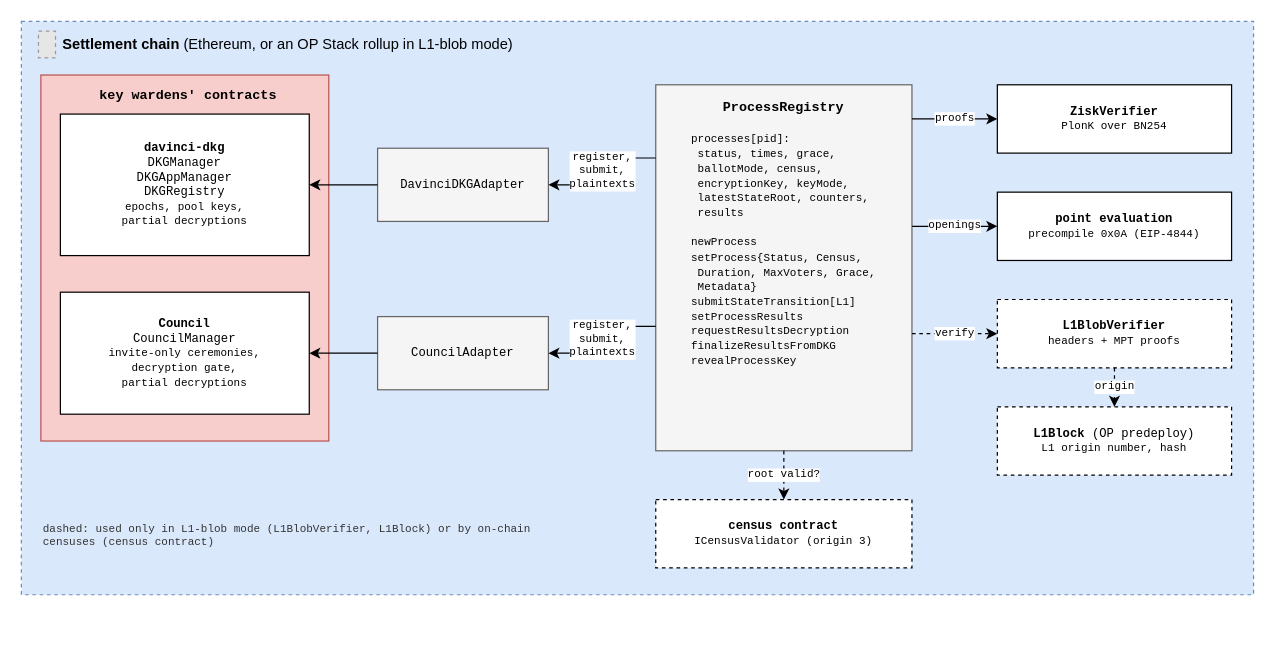
The draw.io diagram v2/figures/smart-contracts.drawio in vocdoni/davinci-paper, before the edit. Source tidied: cells renumbered, new cells numbered last; positions are measured from the earlier drawing's top-left corner, leaving out a move shared by most shapes. Both pictures are drawn from the tidied source at 122%, with x=0, y=0 at pixel (21, 21). Pictures stored in the file or linked from it are replaced by grey dashed boxes.
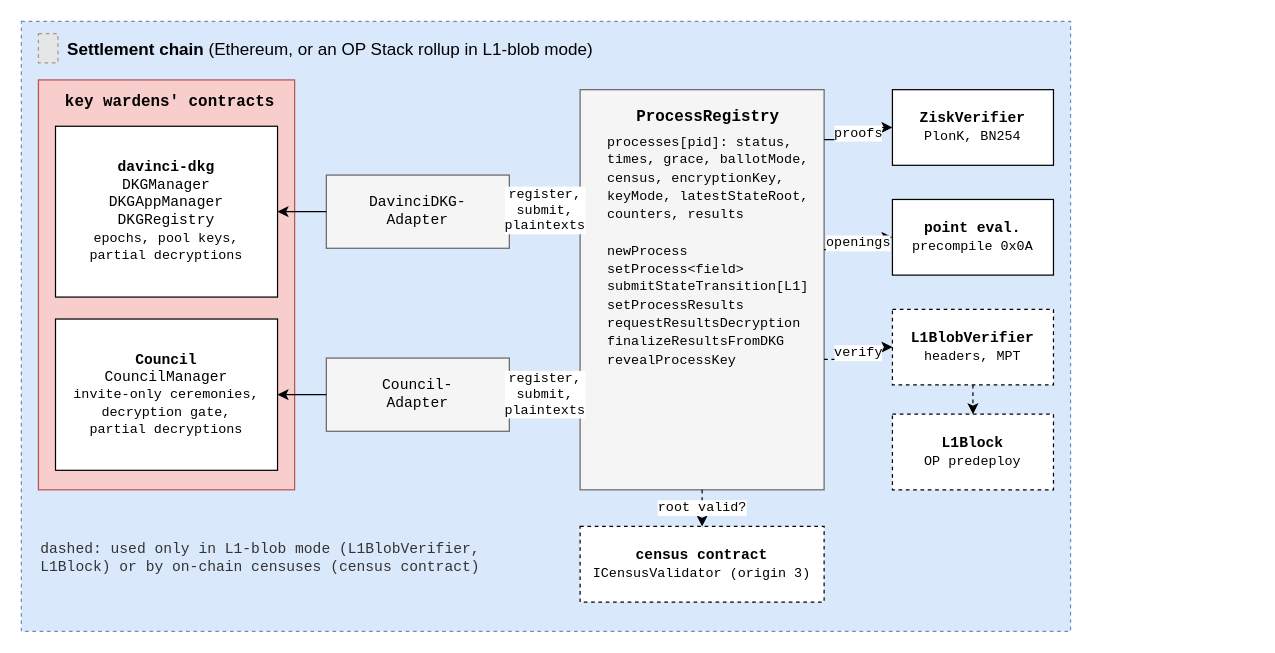
Above is the later version.

Diff of the diagram source:
```diff
@@
     <mxCell id="2" style="rounded=0;whiteSpace=wrap;html=1;fontSize=11;fillColor=#dae8fc;strokeColor=#6c8ebf;fontFamily=Courier New;verticalAlign=top;align=center;spacingTop=4;spacingLeft=6;fontStyle=1;dashed=1;" parent="1" vertex="1">
-      <mxGeometry width="1010" height="470" as="geometry" />
+      <mxGeometry width="860" height="500" as="geometry" />
     </mxCell>
     <mxCell id="3" style="fillColor=#E6E6E6;strokeColor=#999999;dashed=1;html=1;verticalLabelPosition=bottom;verticalAlign=top;labelBackgroundColor=none;fontSize=11;fontFamily=Courier New;" parent="1" vertex="1">
-      <mxGeometry x="14" y="8" width="14" height="22" as="geometry" />
+      <mxGeometry x="14" y="10" width="16" height="24" as="geometry" />
     </mxCell>
-    <mxCell id="4" value="&lt;b&gt;Settlement chain&lt;/b&gt; (Ethereum, or an OP Stack rollup in L1-blob mode)" style="text;html=1;whiteSpace=wrap;fontSize=12;align=left;verticalAlign=middle;fontColor=#000000;" parent="1" vertex="1">
-      <mxGeometry x="32" y="8" width="500" height="22" as="geometry" />
+    <mxCell id="4" value="&lt;b&gt;Settlement chain&lt;/b&gt; (Ethereum, or an OP Stack rollup in L1-blob mode)" style="text;html=1;whiteSpace=wrap;fontSize=14;align=left;verticalAlign=middle;fontColor=#000000;" parent="1" vertex="1">
+      <mxGeometry x="36" y="10" width="640" height="26" as="geometry" />
     </mxCell>
-    <mxCell id="5" value="key wardens' contracts" style="rounded=0;whiteSpace=wrap;html=1;fontSize=11;fillColor=#f8cecc;strokeColor=#b85450;fontFamily=Courier New;verticalAlign=top;align=center;spacingTop=4;spacingLeft=6;fontStyle=1;" parent="1" vertex="1">
-      <mxGeometry x="16" y="44" width="236" height="300" as="geometry" />
+    <mxCell id="5" value="key wardens' contracts" style="rounded=0;whiteSpace=wrap;html=1;fontSize=13;fillColor=#f8cecc;strokeColor=#b85450;fontFamily=Courier New;verticalAlign=top;align=center;spacingTop=4;spacingLeft=6;fontStyle=1;" parent="1" vertex="1">
+      <mxGeometry x="14" y="48" width="210" height="336" as="geometry" />
     </mxCell>
-    <mxCell id="6" value="&lt;b&gt;davinci-dkg&lt;/b&gt;&lt;br&gt;DKGManager&lt;br&gt;DKGAppManager&lt;br&gt;DKGRegistry&lt;br&gt;&lt;font style='font-size:9px'&gt;epochs, pool keys,&lt;br&gt;partial decryptions&lt;/font&gt;" style="rounded=0;whiteSpace=wrap;html=1;fontSize=10;fillColor=#ffffff;strokeColor=#000000;fontFamily=Courier New;align=center;verticalAlign=middle;" parent="1" vertex="1">
-      <mxGeometry x="32" y="76" width="204" height="116" as="geometry" />
+    <mxCell id="6" value="&lt;b&gt;davinci-dkg&lt;/b&gt;&lt;br&gt;DKGManager&lt;br&gt;DKGAppManager&lt;br&gt;DKGRegistry&lt;br&gt;&lt;font style='font-size:11px'&gt;epochs, pool keys,&lt;br&gt;partial decryptions&lt;/font&gt;" style="rounded=0;whiteSpace=wrap;html=1;fontSize=12;fillColor=#ffffff;strokeColor=#000000;fontFamily=Courier New;align=center;verticalAlign=middle;" parent="1" vertex="1">
+      <mxGeometry x="28" y="86" width="182" height="140" as="geometry" />
     </mxCell>
-    <mxCell id="7" value="&lt;b&gt;Council&lt;/b&gt;&lt;br&gt;CouncilManager&lt;br&gt;&lt;font style='font-size:9px'&gt;invite-only ceremonies,&lt;br&gt;decryption gate,&lt;br&gt;partial decryptions&lt;/font&gt;" style="rounded=0;whiteSpace=wrap;html=1;fontSize=10;fillColor=#ffffff;strokeColor=#000000;fontFamily=Courier New;align=center;verticalAlign=middle;" parent="1" vertex="1">
-      <mxGeometry x="32" y="222" width="204" height="100" as="geometry" />
+    <mxCell id="7" value="&lt;b&gt;Council&lt;/b&gt;&lt;br&gt;CouncilManager&lt;br&gt;&lt;font style='font-size:11px'&gt;invite-only ceremonies,&lt;br&gt;decryption gate,&lt;br&gt;partial decryptions&lt;/font&gt;" style="rounded=0;whiteSpace=wrap;html=1;fontSize=12;fillColor=#ffffff;strokeColor=#000000;fontFamily=Courier New;align=center;verticalAlign=middle;" parent="1" vertex="1">
+      <mxGeometry x="28" y="244" width="182" height="124" as="geometry" />
     </mxCell>
-    <mxCell id="8" value="DavinciDKGAdapter" style="rounded=0;whiteSpace=wrap;html=1;fontSize=10;fillColor=#f5f5f5;strokeColor=#666666;fontFamily=Courier New;align=center;verticalAlign=middle;" parent="1" vertex="1">
-      <mxGeometry x="292" y="104" width="140" height="60" as="geometry" />
+    <mxCell id="8" value="DavinciDKG-&lt;br&gt;Adapter" style="rounded=0;whiteSpace=wrap;html=1;fontSize=12;fillColor=#f5f5f5;strokeColor=#666666;fontFamily=Courier New;align=center;verticalAlign=middle;" parent="1" vertex="1">
+      <mxGeometry x="250" y="126" width="150" height="60" as="geometry" />
     </mxCell>
-    <mxCell id="9" value="CouncilAdapter" style="rounded=0;whiteSpace=wrap;html=1;fontSize=10;fillColor=#f5f5f5;strokeColor=#666666;fontFamily=Courier New;align=center;verticalAlign=middle;" parent="1" vertex="1">
-      <mxGeometry x="292" y="242" width="140" height="60" as="geometry" />
+    <mxCell id="9" value="Council-&lt;br&gt;Adapter" style="rounded=0;whiteSpace=wrap;html=1;fontSize=12;fillColor=#f5f5f5;strokeColor=#666666;fontFamily=Courier New;align=center;verticalAlign=middle;" parent="1" vertex="1">
+      <mxGeometry x="250" y="276" width="150" height="60" as="geometry" />
     </mxCell>
-    <mxCell id="10" value="&lt;b&gt;ProcessRegistry&lt;/b&gt;&lt;br&gt;&lt;br&gt;&lt;div style='text-align:left;font-size:9px;line-height:1.35'&gt;processes[pid]:&lt;br&gt;&amp;nbsp;status, times, grace,&lt;br&gt;&amp;nbsp;ballotMode, census,&lt;br&gt;&amp;nbsp;encryptionKey, keyMode,&lt;br&gt;&amp;nbsp;latestStateRoot, counters,&lt;br&gt;&amp;nbsp;results&lt;br&gt;&lt;br&gt;newProcess&lt;br&gt;setProcess{Status, Census,&lt;br&gt;&amp;nbsp;Duration, MaxVoters, Grace,&lt;br&gt;&amp;nbsp;Metadata}&lt;br&gt;submitStateTransition[L1]&lt;br&gt;setProcessResults&lt;br&gt;requestResultsDecryption&lt;br&gt;finalizeResultsFromDKG&lt;br&gt;revealProcessKey&lt;/div&gt;" style="rounded=0;whiteSpace=wrap;html=1;fontSize=11;fillColor=#f5f5f5;strokeColor=#666666;fontFamily=Courier New;align=center;verticalAlign=top;spacingTop=6;" parent="1" vertex="1">
-      <mxGeometry x="520" y="52" width="210" height="300" as="geometry" />
+    <mxCell id="10" value="&lt;b&gt;ProcessRegistry&lt;/b&gt;&lt;div style='text-align:left;font-size:11px;line-height:1.35;margin-top:6px'&gt;processes[pid]: status,&lt;br&gt;times, grace, ballotMode,&lt;br&gt;census, encryptionKey,&lt;br&gt;keyMode, latestStateRoot,&lt;br&gt;counters, results&lt;br&gt;&lt;br&gt;newProcess&lt;br&gt;setProcess&amp;lt;field&amp;gt;&lt;br&gt;submitStateTransition[L1]&lt;br&gt;setProcessResults&lt;br&gt;requestResultsDecryption&lt;br&gt;finalizeResultsFromDKG&lt;br&gt;revealProcessKey&lt;/div&gt;" style="rounded=0;whiteSpace=wrap;html=1;fontSize=13;fillColor=#f5f5f5;strokeColor=#666666;fontFamily=Courier New;align=center;verticalAlign=top;spacingTop=8;spacingLeft=10;" parent="1" vertex="1">
+      <mxGeometry x="458" y="56" width="200" height="328" as="geometry" />
     </mxCell>
-    <mxCell id="11" value="&lt;b&gt;ZiskVerifier&lt;/b&gt;&lt;br&gt;&lt;font style='font-size:9px'&gt;PlonK over BN254&lt;/font&gt;" style="rounded=0;whiteSpace=wrap;html=1;fontSize=10;fillColor=#ffffff;strokeColor=#000000;fontFamily=Courier New;align=center;verticalAlign=middle;" parent="1" vertex="1">
-      <mxGeometry x="800" y="52" width="192" height="56" as="geometry" />
+    <mxCell id="11" value="&lt;b&gt;ZiskVerifier&lt;/b&gt;&lt;br&gt;&lt;font style='font-size:11px'&gt;PlonK, BN254&lt;/font&gt;" style="rounded=0;whiteSpace=wrap;html=1;fontSize=12;fillColor=#ffffff;strokeColor=#000000;fontFamily=Courier New;align=center;verticalAlign=middle;" parent="1" vertex="1">
+      <mxGeometry x="714" y="56" width="132" height="62" as="geometry" />
     </mxCell>
-    <mxCell id="12" value="&lt;b&gt;point evaluation&lt;/b&gt;&lt;br&gt;&lt;font style='font-size:9px'&gt;precompile 0x0A (EIP-4844)&lt;/font&gt;" style="rounded=0;whiteSpace=wrap;html=1;fontSize=10;fillColor=#ffffff;strokeColor=#000000;fontFamily=Courier New;align=center;verticalAlign=middle;" parent="1" vertex="1">
-      <mxGeometry x="800" y="140" width="192" height="56" as="geometry" />
+    <mxCell id="12" value="&lt;b&gt;point eval.&lt;/b&gt;&lt;br&gt;&lt;font style='font-size:11px'&gt;precompile 0x0A&lt;/font&gt;" style="rounded=0;whiteSpace=wrap;html=1;fontSize=12;fillColor=#ffffff;strokeColor=#000000;fontFamily=Courier New;align=center;verticalAlign=middle;" parent="1" vertex="1">
+      <mxGeometry x="714" y="146" width="132" height="62" as="geometry" />
     </mxCell>
-    <mxCell id="13" value="&lt;b&gt;L1BlobVerifier&lt;/b&gt;&lt;br&gt;&lt;font style='font-size:9px'&gt;headers + MPT proofs&lt;/font&gt;" style="rounded=0;whiteSpace=wrap;html=1;fontSize=10;fillColor=#ffffff;strokeColor=#000000;fontFamily=Courier New;align=center;verticalAlign=middle;dashed=1;" parent="1" vertex="1">
-      <mxGeometry x="800" y="228" width="192" height="56" as="geometry" />
+    <mxCell id="13" value="&lt;b&gt;L1BlobVerifier&lt;/b&gt;&lt;br&gt;&lt;font style='font-size:11px'&gt;headers, MPT&lt;/font&gt;" style="rounded=0;whiteSpace=wrap;html=1;fontSize=12;fillColor=#ffffff;strokeColor=#000000;fontFamily=Courier New;align=center;verticalAlign=middle;dashed=1;" parent="1" vertex="1">
+      <mxGeometry x="714" y="236" width="132" height="62" as="geometry" />
     </mxCell>
-    <mxCell id="14" value="&lt;b&gt;L1Block&lt;/b&gt; (OP predeploy)&lt;br&gt;&lt;font style='font-size:9px'&gt;L1 origin number, hash&lt;/font&gt;" style="rounded=0;whiteSpace=wrap;html=1;fontSize=10;fillColor=#ffffff;strokeColor=#000000;fontFamily=Courier New;align=center;verticalAlign=middle;dashed=1;" parent="1" vertex="1">
-      <mxGeometry x="800" y="316" width="192" height="56" as="geometry" />
+    <mxCell id="14" value="&lt;b&gt;L1Block&lt;/b&gt;&lt;br&gt;&lt;font style='font-size:11px'&gt;OP predeploy&lt;/font&gt;" style="rounded=0;whiteSpace=wrap;html=1;fontSize=12;fillColor=#ffffff;strokeColor=#000000;fontFamily=Courier New;align=center;verticalAlign=middle;dashed=1;" parent="1" vertex="1">
+      <mxGeometry x="714" y="322" width="132" height="62" as="geometry" />
     </mxCell>
-    <mxCell id="15" value="&lt;b&gt;census contract&lt;/b&gt;&lt;br&gt;&lt;font style='font-size:9px'&gt;ICensusValidator (origin 3)&lt;/font&gt;" style="rounded=0;whiteSpace=wrap;html=1;fontSize=10;fillColor=#ffffff;strokeColor=#000000;fontFamily=Courier New;align=center;verticalAlign=middle;dashed=1;" parent="1" vertex="1">
-      <mxGeometry x="520" y="392" width="210" height="56" as="geometry" />
+    <mxCell id="15" value="&lt;b&gt;census contract&lt;/b&gt;&lt;br&gt;&lt;font style='font-size:11px'&gt;ICensusValidator (origin 3)&lt;/font&gt;" style="rounded=0;whiteSpace=wrap;html=1;fontSize=12;fillColor=#ffffff;strokeColor=#000000;fontFamily=Courier New;align=center;verticalAlign=middle;dashed=1;" parent="1" vertex="1">
+      <mxGeometry x="458" y="414" width="200" height="62" as="geometry" />
     </mxCell>
@@
-    <mxCell id="18" value="register,&lt;br&gt;submit,&lt;br&gt;plaintexts" style="edgeStyle=orthogonalEdgeStyle;rounded=0;html=1;endArrow=classic;startArrow=none;endSize=6;startSize=6;fontSize=9;fontFamily=Courier New;strokeColor=#000000;strokeWidth=1;labelBackgroundColor=#ffffff;exitX=0;exitY=0.2;exitDx=0;exitDy=0;entryX=1;entryY=0.5;entryDx=0;entryDy=0;" parent="1" edge="1" source="10" target="8">
+    <mxCell id="18" value="register,&lt;br&gt;submit,&lt;br&gt;plaintexts" style="edgeStyle=orthogonalEdgeStyle;rounded=0;html=1;endArrow=classic;startArrow=none;endSize=6;startSize=6;fontSize=11;fontFamily=Courier New;strokeColor=#000000;strokeWidth=1;labelBackgroundColor=#ffffff;exitX=0;exitY=0.3;exitDx=0;exitDy=0;entryX=1;entryY=0.5;entryDx=0;entryDy=0;" parent="1" edge="1" source="10" target="8">
       <mxGeometry relative="1" as="geometry" />
     </mxCell>
-    <mxCell id="19" value="register,&lt;br&gt;submit,&lt;br&gt;plaintexts" style="edgeStyle=orthogonalEdgeStyle;rounded=0;html=1;endArrow=classic;startArrow=none;endSize=6;startSize=6;fontSize=9;fontFamily=Courier New;strokeColor=#000000;strokeWidth=1;labelBackgroundColor=#ffffff;exitX=0;exitY=0.66;exitDx=0;exitDy=0;entryX=1;entryY=0.5;entryDx=0;entryDy=0;" parent="1" edge="1" source="10" target="9">
+    <mxCell id="19" value="register,&lt;br&gt;submit,&lt;br&gt;plaintexts" style="edgeStyle=orthogonalEdgeStyle;rounded=0;html=1;endArrow=classic;startArrow=none;endSize=6;startSize=6;fontSize=11;fontFamily=Courier New;strokeColor=#000000;strokeWidth=1;labelBackgroundColor=#ffffff;exitX=0;exitY=0.762;exitDx=0;exitDy=0;entryX=1;entryY=0.5;entryDx=0;entryDy=0;" parent="1" edge="1" source="10" target="9">
       <mxGeometry relative="1" as="geometry" />
     </mxCell>
-    <mxCell id="20" value="proofs" style="edgeStyle=orthogonalEdgeStyle;rounded=0;html=1;endArrow=classic;startArrow=none;endSize=6;startSize=6;fontSize=9;fontFamily=Courier New;strokeColor=#000000;strokeWidth=1;labelBackgroundColor=#ffffff;exitX=1;exitY=0.0933;exitDx=0;exitDy=0;entryX=0;entryY=0.5;entryDx=0;entryDy=0;" parent="1" edge="1" source="10" target="11">
+    <mxCell id="20" value="proofs" style="edgeStyle=orthogonalEdgeStyle;rounded=0;html=1;endArrow=classic;startArrow=none;endSize=6;startSize=6;fontSize=11;fontFamily=Courier New;strokeColor=#000000;strokeWidth=1;labelBackgroundColor=#ffffff;exitX=1;exitY=0.125;exitDx=0;exitDy=0;entryX=0;entryY=0.5;entryDx=0;entryDy=0;" parent="1" edge="1" source="10" target="11">
       <mxGeometry relative="1" as="geometry" />
     </mxCell>
-    <mxCell id="21" value="openings" style="edgeStyle=orthogonalEdgeStyle;rounded=0;html=1;endArrow=classic;startArrow=none;endSize=6;startSize=6;fontSize=9;fontFamily=Courier New;strokeColor=#000000;strokeWidth=1;labelBackgroundColor=#ffffff;exitX=1;exitY=0.387;exitDx=0;exitDy=0;entryX=0;entryY=0.5;entryDx=0;entryDy=0;" parent="1" edge="1" source="10" target="12">
+    <mxCell id="21" value="openings" style="edgeStyle=orthogonalEdgeStyle;rounded=0;html=1;endArrow=classic;startArrow=none;endSize=6;startSize=6;fontSize=11;fontFamily=Courier New;strokeColor=#000000;strokeWidth=1;labelBackgroundColor=#ffffff;exitX=1;exitY=0.4;exitDx=0;exitDy=0;entryX=0;entryY=0.5;entryDx=0;entryDy=0;" parent="1" edge="1" source="10" target="12">
       <mxGeometry relative="1" as="geometry" />
     </mxCell>
-    <mxCell id="22" value="verify" style="edgeStyle=orthogonalEdgeStyle;rounded=0;html=1;endArrow=classic;startArrow=none;endSize=6;startSize=6;fontSize=9;fontFamily=Courier New;strokeColor=#000000;strokeWidth=1;dashed=1;labelBackgroundColor=#ffffff;exitX=1;exitY=0.68;exitDx=0;exitDy=0;entryX=0;entryY=0.5;entryDx=0;entryDy=0;" parent="1" edge="1" source="10" target="13">
+    <mxCell id="22" value="verify" style="edgeStyle=orthogonalEdgeStyle;rounded=0;html=1;endArrow=classic;startArrow=none;endSize=6;startSize=6;fontSize=11;fontFamily=Courier New;strokeColor=#000000;strokeWidth=1;dashed=1;labelBackgroundColor=#ffffff;exitX=1;exitY=0.674;exitDx=0;exitDy=0;entryX=0;entryY=0.5;entryDx=0;entryDy=0;" parent="1" edge="1" source="10" target="13">
       <mxGeometry relative="1" as="geometry" />
     </mxCell>
-    <mxCell id="23" value="origin" style="edgeStyle=orthogonalEdgeStyle;rounded=0;html=1;endArrow=classic;startArrow=none;endSize=6;startSize=6;fontSize=9;fontFamily=Courier New;strokeColor=#000000;strokeWidth=1;dashed=1;labelBackgroundColor=#ffffff;exitX=0.5;exitY=1;exitDx=0;exitDy=0;entryX=0.5;entryY=0;entryDx=0;entryDy=0;" parent="1" edge="1" source="13" target="14">
+    <mxCell id="23" style="edgeStyle=orthogonalEdgeStyle;rounded=0;html=1;endArrow=classic;startArrow=none;endSize=6;startSize=6;fontSize=10;fontFamily=Courier New;strokeColor=#000000;strokeWidth=1;dashed=1;labelBackgroundColor=#ffffff;exitX=0.5;exitY=1;exitDx=0;exitDy=0;entryX=0.5;entryY=0;entryDx=0;entryDy=0;" parent="1" edge="1" source="13" target="14">
       <mxGeometry relative="1" as="geometry" />
     </mxCell>
-    <mxCell id="24" value="root valid?" style="edgeStyle=orthogonalEdgeStyle;rounded=0;html=1;endArrow=classic;startArrow=none;endSize=6;startSize=6;fontSize=9;fontFamily=Courier New;strokeColor=#000000;strokeWidth=1;dashed=1;labelBackgroundColor=#ffffff;exitX=0.5;exitY=1;exitDx=0;exitDy=0;entryX=0.5;entryY=0;entryDx=0;entryDy=0;" parent="1" edge="1" source="10" target="15">
+    <mxCell id="24" value="root valid?" style="edgeStyle=orthogonalEdgeStyle;rounded=0;html=1;endArrow=classic;startArrow=none;endSize=6;startSize=6;fontSize=11;fontFamily=Courier New;strokeColor=#000000;strokeWidth=1;dashed=1;labelBackgroundColor=#ffffff;exitX=0.5;exitY=1;exitDx=0;exitDy=0;entryX=0.5;entryY=0;entryDx=0;entryDy=0;" parent="1" edge="1" source="10" target="15">
       <mxGeometry relative="1" as="geometry" />
     </mxCell>
-    <mxCell id="25" value="dashed: used only in L1-blob mode (L1BlobVerifier, L1Block) or by on-chain censuses (census contract)" style="text;html=1;whiteSpace=wrap;fontSize=9;fontFamily=Courier New;align=left;verticalAlign=middle;fontColor=#333333;" parent="1" vertex="1">
-      <mxGeometry x="16" y="392" width="430" height="60" as="geometry" />
+    <mxCell id="25" value="dashed: used only in L1-blob mode (L1BlobVerifier, L1Block) or by on-chain censuses (census contract)" style="text;html=1;whiteSpace=wrap;fontSize=12;fontFamily=Courier New;align=left;verticalAlign=middle;fontColor=#333333;" parent="1" vertex="1">
+      <mxGeometry x="14" y="400" width="420" height="80" as="geometry" />
     </mxCell>
```
